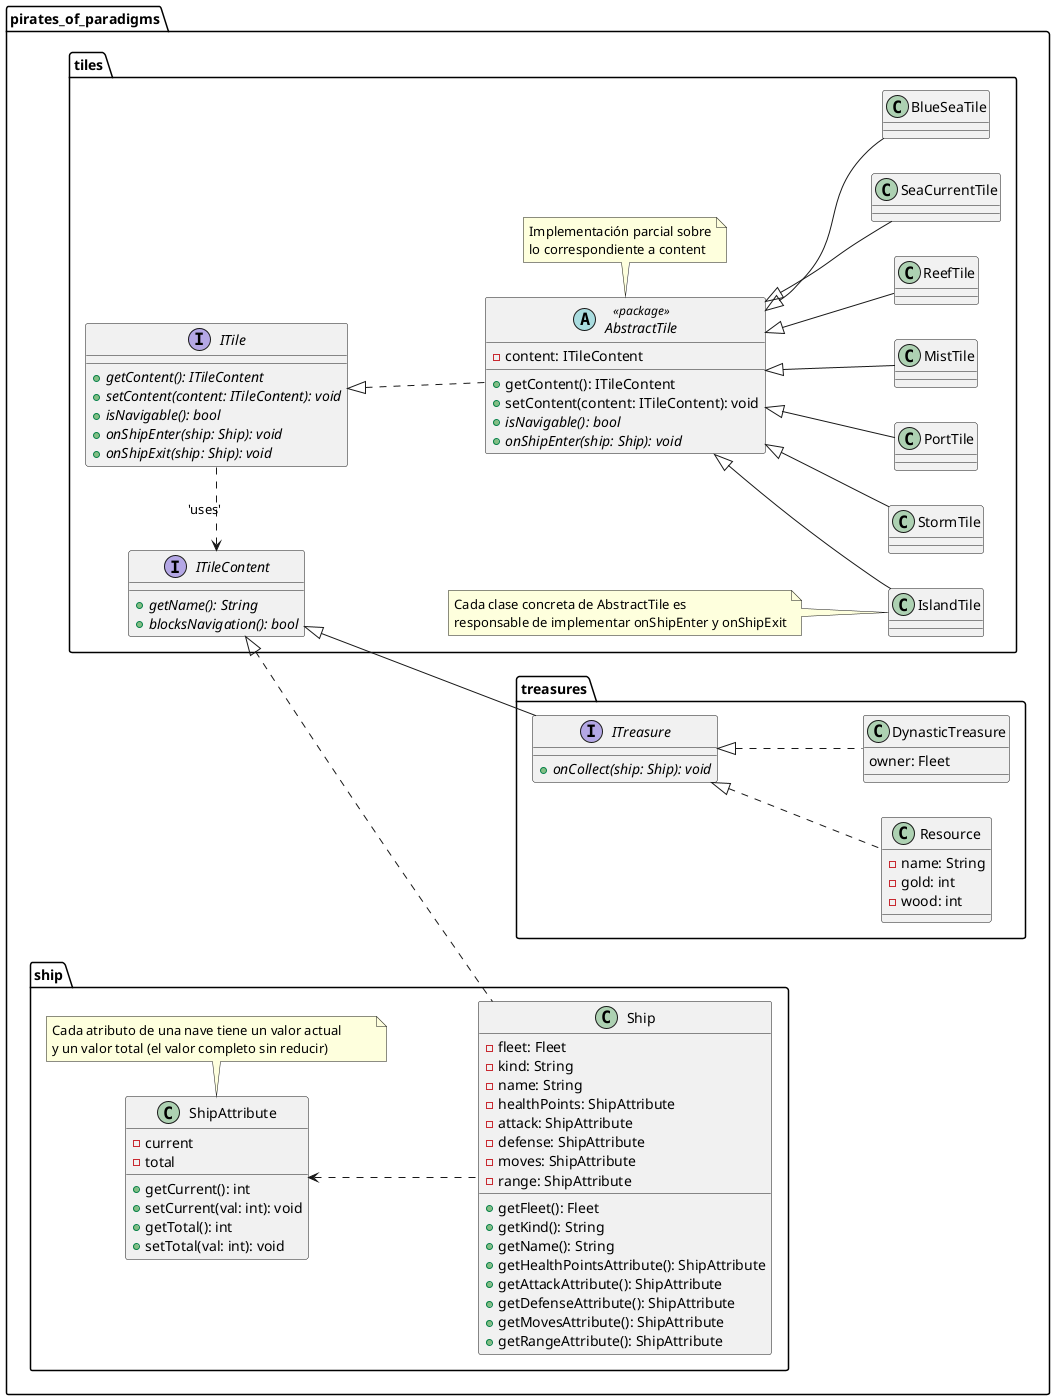
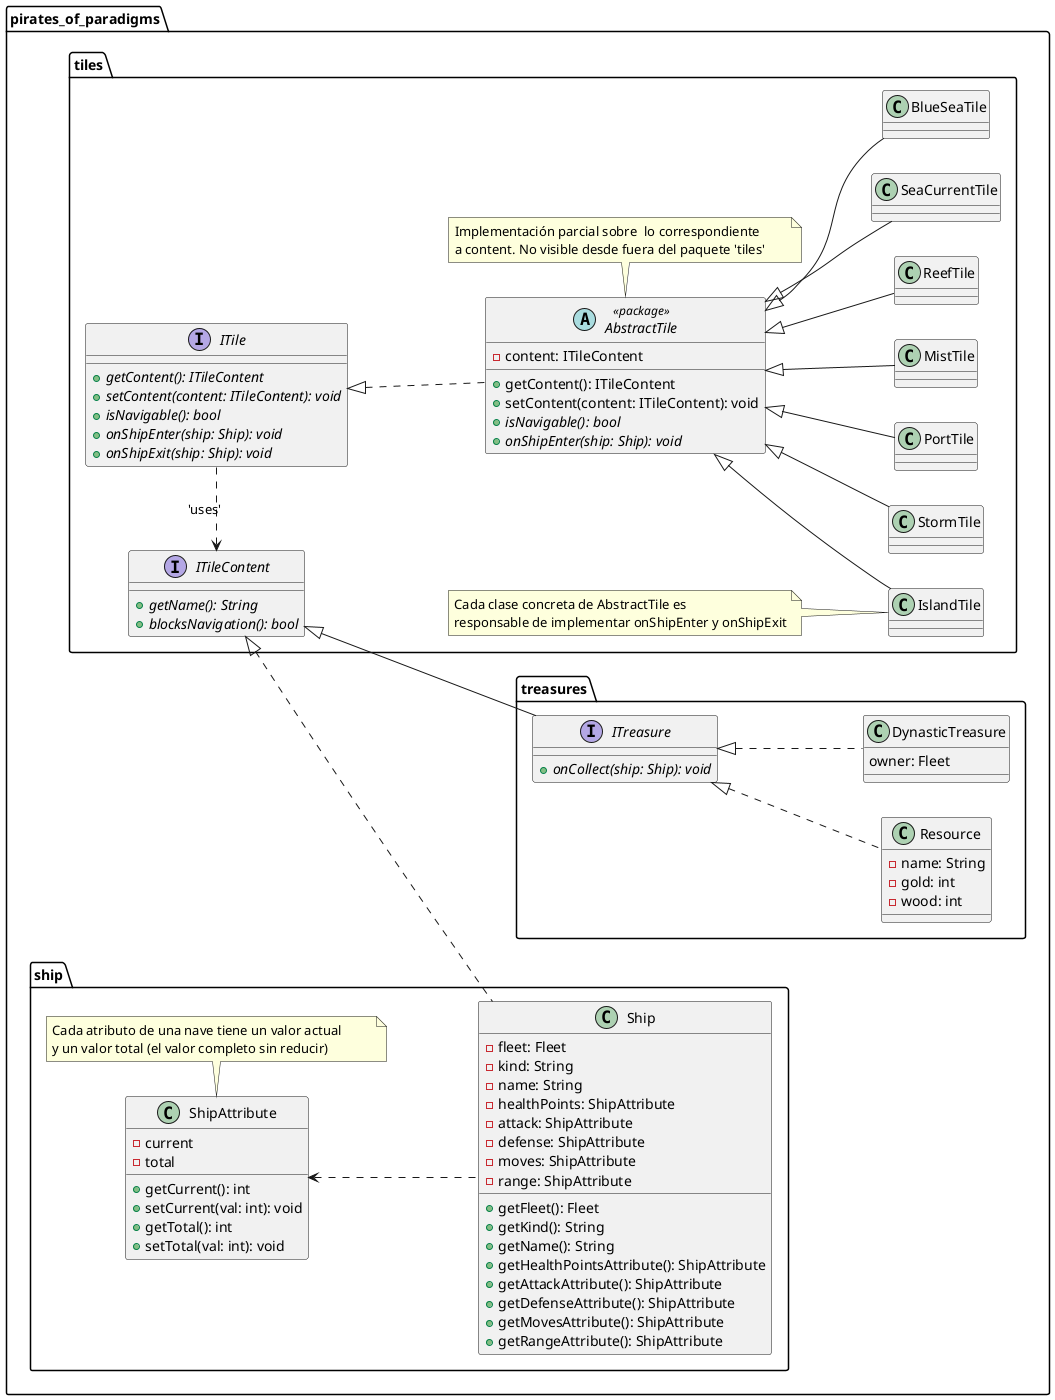
@startuml
left to right direction

package "pirates_of_paradigms" {
    package "tiles" {
        interface ITile
        interface ITileContent
        abstract AbstractTile <<package>> implements ITile
        class BlueSeaTile extends AbstractTile
        class StormTile extends AbstractTile
        class PortTile extends AbstractTile
        class MistTile extends AbstractTile
        class ReefTile extends AbstractTile
        class SeaCurrentTile extends AbstractTile
        class IslandTile extends AbstractTile

        ITileContent <. ITile : 'uses'

        note bottom of AbstractTile : \
-         Implementación parcial sobre\nlo correspondiente a content
+         Implementación parcial sobre  lo correspondiente\
+         \na content. No visible desde fuera del paquete 'tiles'

        note left of IslandTile : \
        Cada clase concreta de AbstractTile es\
        \nresponsable de implementar onShipEnter y onShipExit
    }

    package "treasures" {
        interface ITreasure implements pirates_of_paradigms.tiles.ITileContent
        class Resource implements ITreasure
        class DynasticTreasure implements ITreasure
    }

    package "ship" {
        class Ship implements pirates_of_paradigms.tiles.ITileContent
        class ShipAttribute

        ShipAttribute <.. Ship

        note bottom of ShipAttribute : \
        Cada atributo de una nave tiene un valor actual\
         \ny un valor total (el valor completo sin reducir)
    }
}

' ################################################################
' Esta sección es para definir miembros y metodos
' ################################################################

interface pirates_of_paradigms.tiles.ITile {
    + {abstract} getContent(): ITileContent
    + {abstract} setContent(content: ITileContent): void
    + {abstract} isNavigable(): bool
    + {abstract} onShipEnter(ship: Ship): void
    + {abstract} onShipExit(ship: Ship): void
}

interface pirates_of_paradigms.tiles.ITileContent {
    + {abstract} getName(): String
    + {abstract} blocksNavigation(): bool
}

abstract pirates_of_paradigms.tiles.AbstractTile {
    - content: ITileContent
    + getContent(): ITileContent
    + setContent(content: ITileContent): void
    + {abstract} isNavigable(): bool
    + {abstract} onShipEnter(ship: Ship): void
}

interface pirates_of_paradigms.treasures.ITreasure {
    + {abstract} onCollect(ship: Ship): void
}

class pirates_of_paradigms.treasures.Resource {
    - name: String
    - gold: int
    - wood: int
}

class pirates_of_paradigms.treasures.DynasticTreasure {
    owner: Fleet
}

class pirates_of_paradigms.ship.Ship {
    - fleet: Fleet
    - kind: String
    - name: String
    - healthPoints: ShipAttribute
    - attack: ShipAttribute
    - defense: ShipAttribute
    - moves: ShipAttribute
    - range: ShipAttribute

    + getFleet(): Fleet
    + getKind(): String
    + getName(): String
    + getHealthPointsAttribute(): ShipAttribute
    + getAttackAttribute(): ShipAttribute
    + getDefenseAttribute(): ShipAttribute
    + getMovesAttribute(): ShipAttribute
    + getRangeAttribute(): ShipAttribute
}

class pirates_of_paradigms.ship.ShipAttribute {
    - current
    - total
    + getCurrent(): int
    + setCurrent(val: int): void
    + getTotal(): int
    + setTotal(val: int): void
}

@enduml